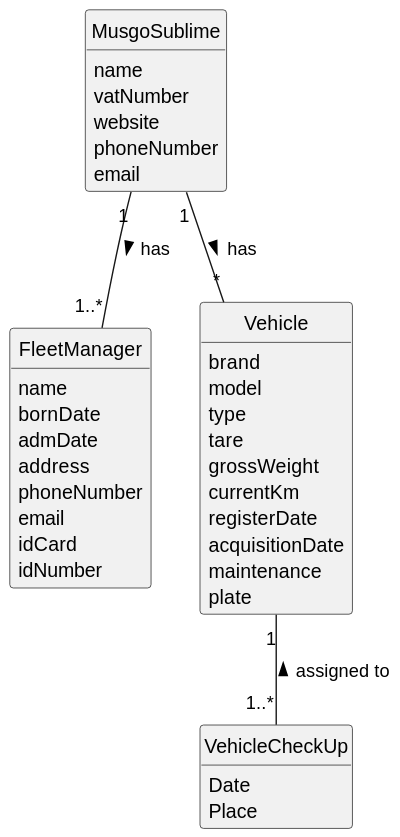
Earlier version of the PlantUML export docs/sprintA/us008/02.analysis/svg/us008-domain-model.svg (1231360-ISEP/lei-24-s2-1db-g021).
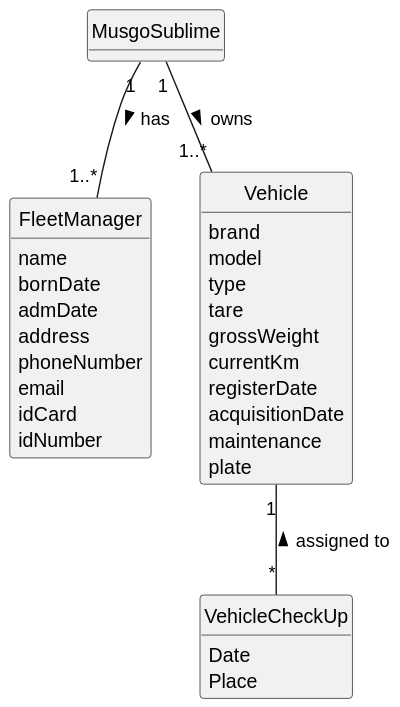
Later version of the same file.

Commit message:
US008 & US004 - Removing MusgoSublime attributes

The edit, as a diff of the source:
```diff
@@ -11,11 +11,6 @@
 
 
 class MusgoSublime {
-    name
-    vatNumber
-    website
-    phoneNumber
-    email
 }
 class FleetManager {
     name
@@ -47,6 +42,6 @@
 }
 
 MusgoSublime "1" -- "1..*" FleetManager : has >
-MusgoSublime "1" -- "*" Vehicle : has >
-Vehicle "1" -- "1..*" VehicleCheckUp : assigned to <
+MusgoSublime "1" -- "1..*" Vehicle : owns >
+Vehicle "1" -- "*" VehicleCheckUp : assigned to <
 @enduml
```
